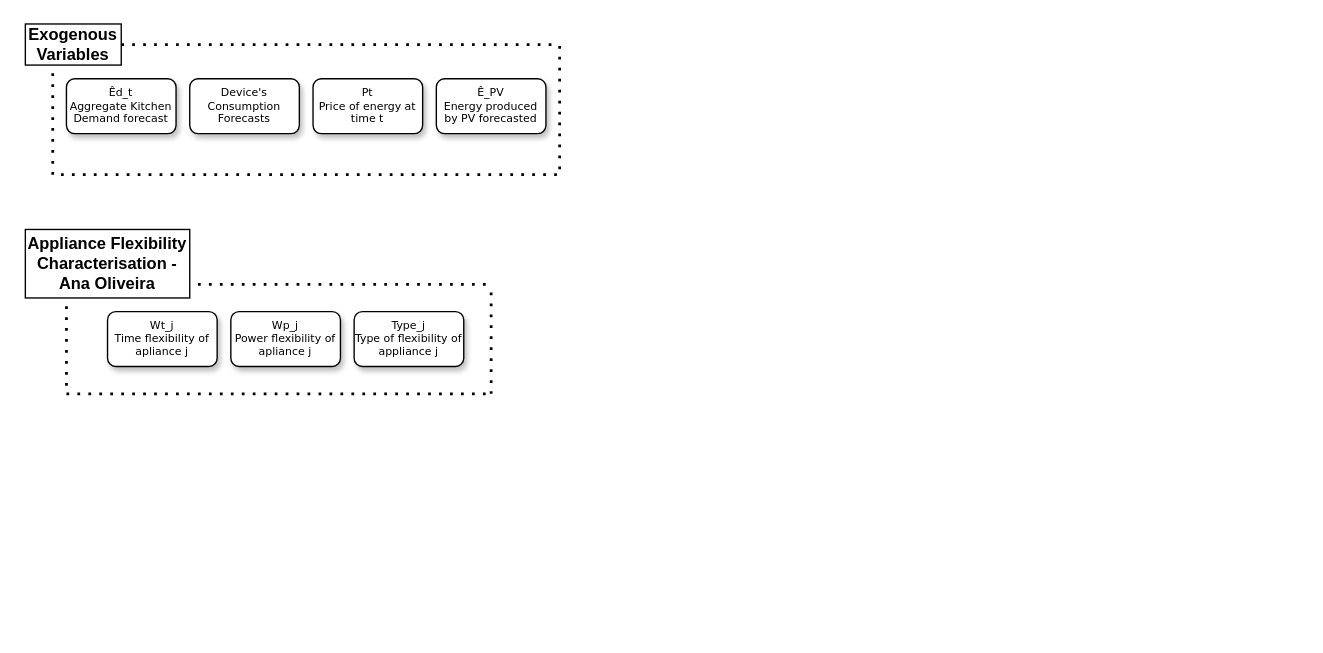
Above: Diagrama sem nome.drawio in luistmartins/thesis_ik (draw.io), before the change. Source tidied: cells renumbered, new cells numbered last; positions are measured from the earlier drawing's top-left corner, leaving out a move shared by most shapes. Both pictures are drawn from the tidied source at 137%, with x=0, y=0 at pixel (25, 23).
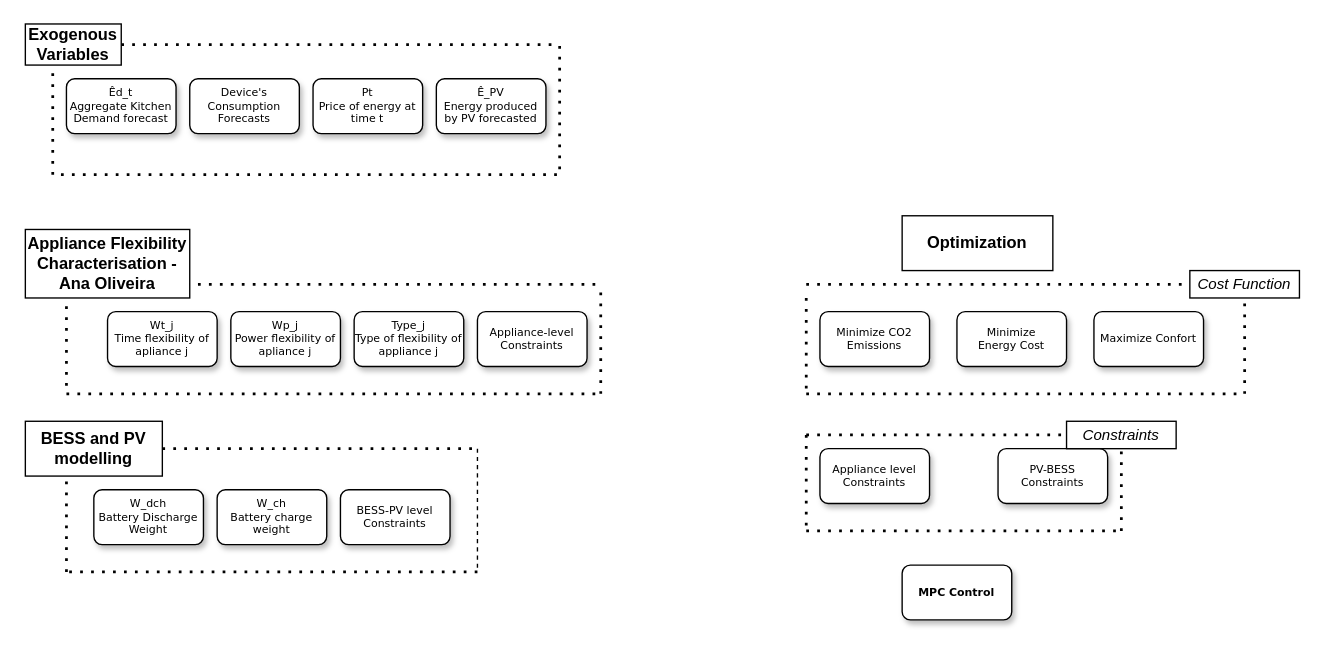
The same diagram, later.

Diff of the diagram source:
```diff
@@
     <mxCell id="14" style="endArrow=none;dashed=1;html=1;dashPattern=1 3;strokeWidth=2;rounded=0;" parent="1" edge="1">
       <mxGeometry relative="1" as="geometry">
         <mxPoint x="30" y="190" as="sourcePoint" />
-        <mxPoint x="340" y="190" as="targetPoint" />
+        <mxPoint x="420" y="190" as="targetPoint" />
       </mxGeometry>
     </mxCell>
     <mxCell id="15" style="endArrow=none;dashed=1;html=1;dashPattern=1 3;strokeWidth=2;rounded=0;" parent="1" edge="1">
       <mxGeometry relative="1" as="geometry">
-        <mxPoint x="340" y="270" as="sourcePoint" />
-        <mxPoint x="340" y="190" as="targetPoint" />
+        <mxPoint x="420" y="270" as="sourcePoint" />
+        <mxPoint x="420" y="190" as="targetPoint" />
       </mxGeometry>
     </mxCell>
     <mxCell id="16" style="endArrow=none;dashed=1;html=1;dashPattern=1 3;strokeWidth=2;rounded=0;" parent="1" edge="1">
       <mxGeometry relative="1" as="geometry">
         <mxPoint x="30" y="270" as="sourcePoint" />
-        <mxPoint x="340" y="270" as="targetPoint" />
+        <mxPoint x="420" y="270" as="targetPoint" />
       </mxGeometry>
     </mxCell>
@@
+    <mxCell id="18" value="W_dch&lt;div&gt;Battery Discharge Weight&lt;/div&gt;" style="rounded=1;whiteSpace=wrap;html=1;shadow=1;labelBackgroundColor=none;strokeWidth=1;fontFamily=Verdana;fontSize=8;align=center;" parent="1" vertex="1">
+      <mxGeometry x="50" y="340" width="80" height="40" as="geometry" />
+    </mxCell>
+    <mxCell id="19" style="endArrow=none;dashed=1;html=1;dashPattern=1 3;strokeWidth=2;rounded=0;" parent="1" edge="1" source="25">
+      <mxGeometry relative="1" as="geometry">
+        <mxPoint x="330" y="310" as="targetPoint" />
+      </mxGeometry>
+    </mxCell>
+    <mxCell id="20" value="W_ch&lt;div&gt;Battery charge weight&lt;/div&gt;" style="rounded=1;whiteSpace=wrap;html=1;shadow=1;labelBackgroundColor=none;strokeWidth=1;fontFamily=Verdana;fontSize=8;align=center;" parent="1" vertex="1">
+      <mxGeometry x="140" y="340" width="80" height="40" as="geometry" />
+    </mxCell>
+    <mxCell id="21" style="endArrow=none;dashed=1;html=1;rounded=0;" parent="1" edge="1">
+      <mxGeometry relative="1" as="geometry">
+        <mxPoint x="330" y="310" as="sourcePoint" />
+        <mxPoint x="330" y="400" as="targetPoint" />
+      </mxGeometry>
+    </mxCell>
+    <mxCell id="22" style="endArrow=none;dashed=1;html=1;dashPattern=1 3;strokeWidth=2;rounded=0;" parent="1" edge="1">
+      <mxGeometry relative="1" as="geometry">
+        <mxPoint x="330" y="400" as="sourcePoint" />
+        <mxPoint x="30" y="400" as="targetPoint" />
+      </mxGeometry>
+    </mxCell>
+    <mxCell id="23" style="endArrow=none;dashed=1;html=1;dashPattern=1 3;strokeWidth=2;rounded=0;" parent="1" edge="1">
+      <mxGeometry relative="1" as="geometry">
+        <mxPoint x="30" y="400" as="sourcePoint" />
+        <mxPoint x="30" y="320" as="targetPoint" />
+      </mxGeometry>
+    </mxCell>
+    <mxCell id="24" style="endArrow=none;dashed=1;html=1;dashPattern=1 3;strokeWidth=2;rounded=0;" parent="1" edge="1" target="25">
+      <mxGeometry relative="1" as="geometry">
+        <mxPoint x="30" y="320" as="sourcePoint" />
+      </mxGeometry>
+    </mxCell>
+    <mxCell id="25" value="BESS and PV modelling" style="rounded=0;whiteSpace=wrap;html=1;fontStyle=1;" parent="1" vertex="1">
+      <mxGeometry y="290" width="100" height="40" as="geometry" />
+    </mxCell>
+    <mxCell id="26" value="Minimize Energy&amp;nbsp;&lt;span style=&quot;background-color: transparent; color: light-dark(rgb(0, 0, 0), rgb(255, 255, 255));&quot;&gt;Cost&lt;/span&gt;" style="rounded=1;whiteSpace=wrap;html=1;shadow=1;labelBackgroundColor=none;strokeWidth=1;fontFamily=Verdana;fontSize=8;align=center;" parent="1" vertex="1">
+      <mxGeometry x="680" y="210" width="80" height="40" as="geometry" />
+    </mxCell>
+    <mxCell id="27" style="endArrow=none;dashed=1;html=1;dashPattern=1 3;strokeWidth=2;rounded=0;" parent="1" edge="1">
+      <mxGeometry relative="1" as="geometry">
+        <mxPoint x="570" y="200" as="sourcePoint" />
+        <mxPoint x="570" y="270" as="targetPoint" />
+      </mxGeometry>
+    </mxCell>
+    <mxCell id="28" style="endArrow=none;dashed=1;html=1;dashPattern=1 3;strokeWidth=2;rounded=0;entryX=0.5;entryY=1;entryDx=0;entryDy=0;" parent="1" edge="1" target="33">
+      <mxGeometry relative="1" as="geometry">
+        <mxPoint x="890" y="270" as="sourcePoint" />
+      </mxGeometry>
+    </mxCell>
+    <mxCell id="29" style="endArrow=none;dashed=1;html=1;dashPattern=1 3;strokeWidth=2;rounded=0;" parent="1" edge="1">
+      <mxGeometry relative="1" as="geometry">
+        <mxPoint x="570" y="270" as="sourcePoint" />
+        <mxPoint x="890" y="270" as="targetPoint" />
+      </mxGeometry>
+    </mxCell>
+    <mxCell id="30" style="endArrow=none;dashed=1;html=1;dashPattern=1 3;strokeWidth=2;rounded=0;entryX=0;entryY=0.5;entryDx=0;entryDy=0;" parent="1" edge="1" target="33">
+      <mxGeometry relative="1" as="geometry">
+        <mxPoint x="570" y="190" as="sourcePoint" />
+      </mxGeometry>
+    </mxCell>
+    <mxCell id="31" value="&lt;b&gt;Optimization&lt;/b&gt;" style="rounded=0;whiteSpace=wrap;html=1;" parent="1" vertex="1">
+      <mxGeometry x="640" y="140" width="110" height="40" as="geometry" />
+    </mxCell>
+    <mxCell id="32" value="Minimize CO2 Emissions" style="rounded=1;whiteSpace=wrap;html=1;shadow=1;labelBackgroundColor=none;strokeWidth=1;fontFamily=Verdana;fontSize=8;align=center;" parent="1" vertex="1">
+      <mxGeometry x="580" y="210" width="80" height="40" as="geometry" />
+    </mxCell>
+    <mxCell id="33" value="Cost Function" style="whiteSpace=wrap;html=1;fontStyle=2;fontSize=11;" parent="1" vertex="1">
+      <mxGeometry x="850" y="180" width="80" height="20" as="geometry" />
+    </mxCell>
+    <mxCell id="34" value="PV-BESS Constraints" style="rounded=1;whiteSpace=wrap;html=1;shadow=1;labelBackgroundColor=none;strokeWidth=1;fontFamily=Verdana;fontSize=8;align=center;" parent="1" vertex="1">
+      <mxGeometry x="710" y="310" width="80" height="40" as="geometry" />
+    </mxCell>
+    <mxCell id="35" style="endArrow=none;dashed=1;html=1;dashPattern=1 3;strokeWidth=2;rounded=0;" parent="1" edge="1">
+      <mxGeometry relative="1" as="geometry">
+        <mxPoint x="570" y="300" as="sourcePoint" />
+        <mxPoint x="570" y="370" as="targetPoint" />
+      </mxGeometry>
+    </mxCell>
+    <mxCell id="36" style="endArrow=none;dashed=1;html=1;dashPattern=1 3;strokeWidth=2;rounded=0;" parent="1" edge="1">
+      <mxGeometry relative="1" as="geometry">
+        <mxPoint x="800" y="370" as="sourcePoint" />
+        <mxPoint x="800" y="300" as="targetPoint" />
+      </mxGeometry>
+    </mxCell>
+    <mxCell id="37" style="endArrow=none;dashed=1;html=1;dashPattern=1 3;strokeWidth=2;rounded=0;" parent="1" edge="1">
+      <mxGeometry relative="1" as="geometry">
+        <mxPoint x="570" y="370" as="sourcePoint" />
+        <mxPoint x="800" y="370" as="targetPoint" />
+      </mxGeometry>
+    </mxCell>
+    <mxCell id="38" style="endArrow=none;dashed=1;html=1;dashPattern=1 3;strokeWidth=2;rounded=0;" parent="1" edge="1">
+      <mxGeometry relative="1" as="geometry">
+        <mxPoint x="570" y="300" as="sourcePoint" />
+        <mxPoint x="800" y="300" as="targetPoint" />
+      </mxGeometry>
+    </mxCell>
+    <mxCell id="39" value="Appliance level Constraints" style="rounded=1;whiteSpace=wrap;html=1;shadow=1;labelBackgroundColor=none;strokeWidth=1;fontFamily=Verdana;fontSize=8;align=center;" parent="1" vertex="1">
+      <mxGeometry x="580" y="310" width="80" height="40" as="geometry" />
+    </mxCell>
+    <mxCell id="40" value="Constraints" style="whiteSpace=wrap;html=1;fontStyle=2;fontSize=11;" parent="1" vertex="1">
+      <mxGeometry x="760" y="290" width="80" height="20" as="geometry" />
+    </mxCell>
+    <mxCell id="41" value="&lt;b&gt;MPC Control&lt;/b&gt;" style="rounded=1;whiteSpace=wrap;html=1;shadow=1;labelBackgroundColor=none;strokeWidth=1;fontFamily=Verdana;fontSize=8;align=center;" parent="1" vertex="1">
+      <mxGeometry x="640" y="395" width="80" height="40" as="geometry" />
+    </mxCell>
+    <mxCell id="42" value="Maximize Confort" style="rounded=1;whiteSpace=wrap;html=1;shadow=1;labelBackgroundColor=none;strokeWidth=1;fontFamily=Verdana;fontSize=8;align=center;" parent="1" vertex="1">
+      <mxGeometry x="780" y="210" width="80" height="40" as="geometry" />
+    </mxCell>
+    <mxCell id="43" value="Appliance-level Constraints" style="rounded=1;whiteSpace=wrap;html=1;shadow=1;labelBackgroundColor=none;strokeWidth=1;fontFamily=Verdana;fontSize=8;align=center;" parent="1" vertex="1">
+      <mxGeometry x="330" y="210" width="80" height="40" as="geometry" />
+    </mxCell>
+    <mxCell id="44" value="BESS-PV level Constraints" style="rounded=1;whiteSpace=wrap;html=1;shadow=1;labelBackgroundColor=none;strokeWidth=1;fontFamily=Verdana;fontSize=8;align=center;" parent="1" vertex="1">
+      <mxGeometry x="230" y="340" width="80" height="40" as="geometry" />
+    </mxCell>
```
